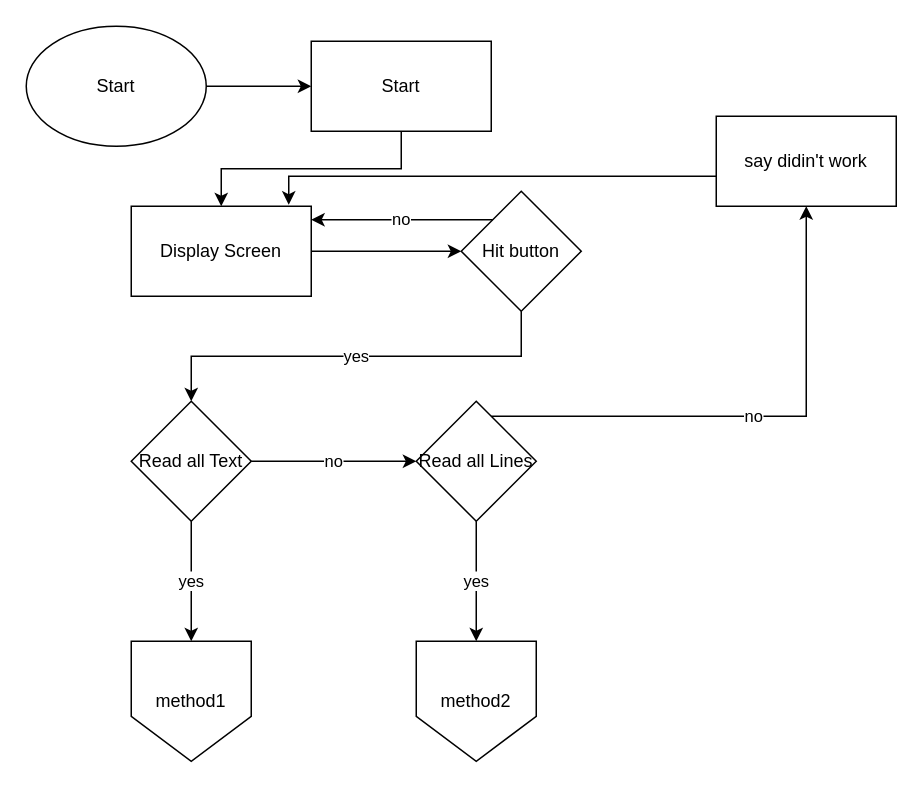
Before: page "Interface" (1 of 4) of .github/Flowcharts/Read from File.drawio in NPITX-programs/ReadFromName, a draw.io diagram. Source tidied: cells renumbered, new cells numbered last; positions are measured from the earlier drawing's top-left corner, leaving out a move shared by most shapes. Both pictures are drawn from the tidied source at 150%, with x=0, y=0 at pixel (26, 26).
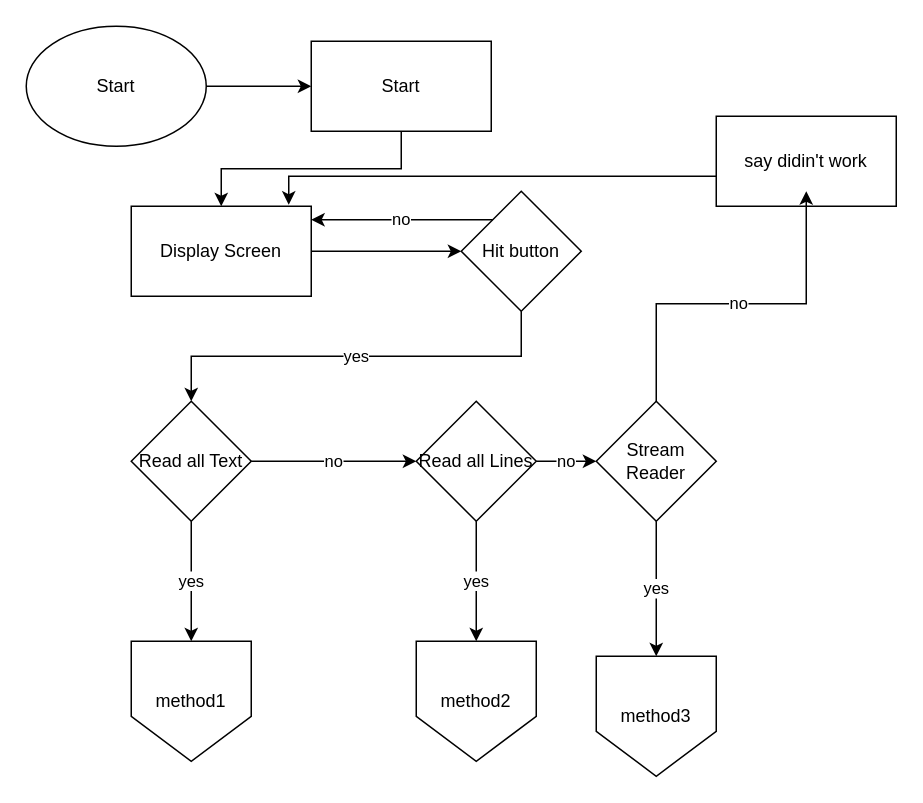
After the change.

Commit message (it also covers changes not shown here):
add in the basis for the third method

Unchanged cells that the change refers to:
```xml
<mxCell id="18" value="Read all Lines" style="rhombus;whiteSpace=wrap;html=1;" parent="1" vertex="1">
  <mxGeometry x="260" y="250" width="80" height="80" as="geometry" />
</mxCell>
<mxCell id="19" value="say didin't work" style="rounded=0;whiteSpace=wrap;html=1;" parent="1" vertex="1">
  <mxGeometry x="460" y="60" width="120" height="60" as="geometry" />
</mxCell>
```

What changed in the source:
```diff
@@
-    <mxCell id="17" value="no" style="edgeStyle=orthogonalEdgeStyle;rounded=0;jettySize=auto;html=1;" parent="1" edge="1" source="18" target="19">
-      <mxGeometry relative="1" as="geometry">
-        <Array as="points">
-          <mxPoint x="520" y="260" />
-        </Array>
-      </mxGeometry>
+    <mxCell id="17" value="no" style="edgeStyle=orthogonalEdgeStyle;rounded=0;jettySize=auto;html=1;" parent="1" edge="1" source="18" target="22">
+      <mxGeometry relative="1" as="geometry" />
     </mxCell>
@@
+    <mxCell id="21" value="yes" style="edgeStyle=orthogonalEdgeStyle;rounded=0;jettySize=auto;html=1;" parent="1" edge="1" source="22" target="23">
+      <mxGeometry relative="1" as="geometry" />
+    </mxCell>
+    <mxCell id="22" value="Stream Reader" style="rhombus;whiteSpace=wrap;html=1;" parent="1" vertex="1">
+      <mxGeometry x="380" y="250" width="80" height="80" as="geometry" />
+    </mxCell>
+    <mxCell id="23" value="method3" style="shape=offPageConnector;whiteSpace=wrap;html=1;" parent="1" vertex="1">
+      <mxGeometry x="380" y="420" width="80" height="80" as="geometry" />
+    </mxCell>
+    <mxCell id="24" value="no" style="edgeStyle=orthogonalEdgeStyle;rounded=0;jettySize=auto;html=1;entryX=0.5;entryY=0.833;entryDx=0;entryDy=0;entryPerimeter=0;" parent="1" edge="1" source="22" target="19">
+      <mxGeometry relative="1" as="geometry" />
+    </mxCell>
```
